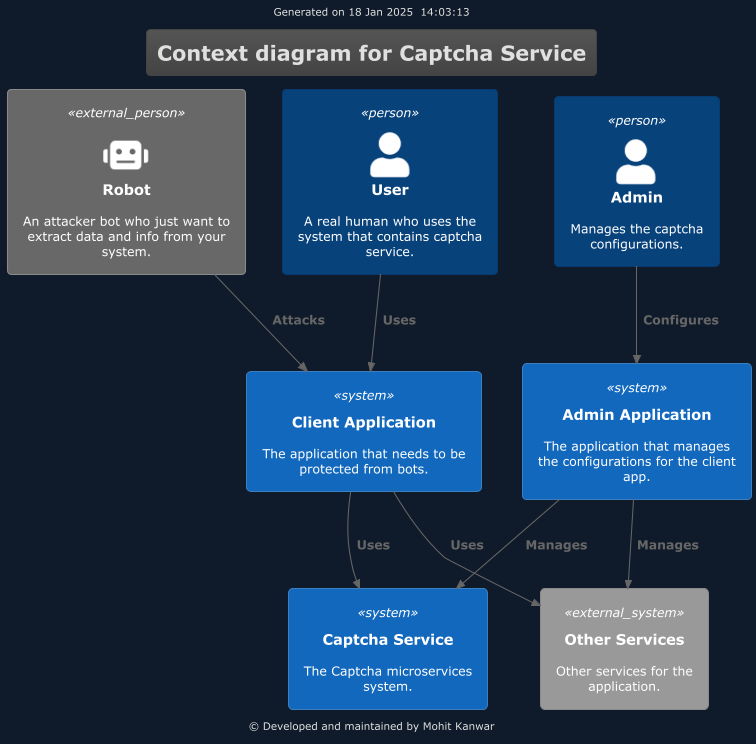
mohitkanwar/mohitkanwar.com keeps this PlantUML diagram as static/images/solutions/self-hosted-captcha/c4/1.context-diagram-Context_diagram_for_Captcha_Service-dark.png. Above is the earlier version. The source it was exported from:
```plantuml
@startuml
!$PUML_MODE = "dark"
!theme personal-light from /Users/mohitk/projects/solutions/personal/0.branding/
!include https://raw.githubusercontent.com/plantuml-stdlib/C4-PlantUML/master/C4_Context.puml

header Generated on 18 Jan 2025  14:03:13
footer © Developed and maintained by Mohit Kanwar
title Context diagram for Captcha Service


Person(admin, "Admin", "Manages the captcha configurations.")
Person(user, "User", "A real human who uses the system that contains captcha service.")
Person_Ext(bot, "Robot", "An attacker bot who just want to extract data and info from your system.", $sprite="robot")

System(clientApp, "Client Application", "The application that needs to be protected from bots.")
System(adminApp, "Admin Application", "The application that manages the configurations for the client app.")
System(captchaService, "Captcha Service", "The Captcha microservices system.")
System_Ext(otherServices, "Other Services", "Other services for the application.")

Rel(admin, adminApp, "Configures")
Rel(user, clientApp, "Uses")
Rel(bot, clientApp, "Attacks")
Rel(adminApp, captchaService, "Manages")
Rel(adminApp, otherServices, "Manages")
Rel(clientApp, captchaService, "Uses")
Rel(clientApp, otherServices, "Uses")

@enduml
```
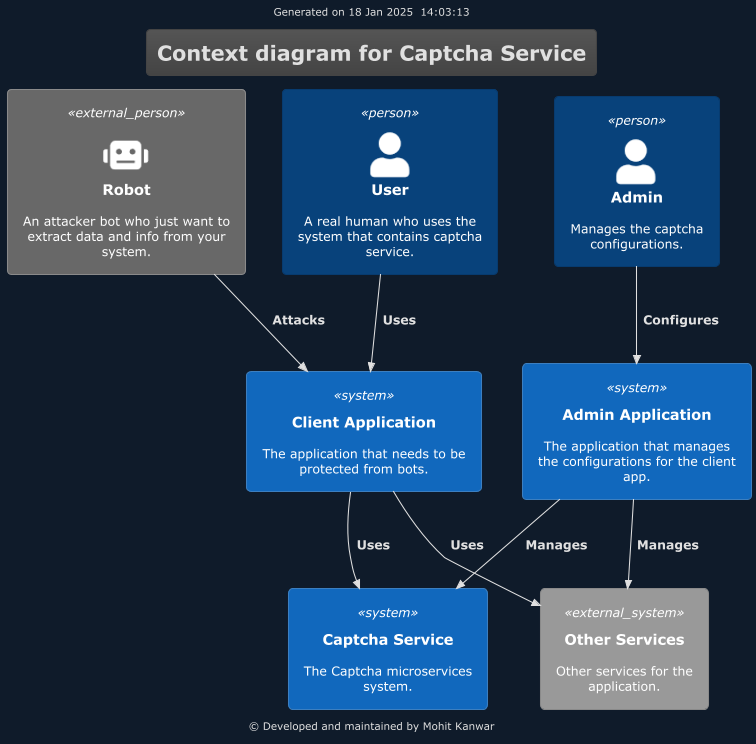
The same file after the commit.

What changed in the source:
```diff
@@ -1,7 +1,6 @@
 @startuml
-!$PUML_MODE = "dark"
-!theme personal-light from /Users/mohitk/projects/solutions/personal/0.branding/
 !include https://raw.githubusercontent.com/plantuml-stdlib/C4-PlantUML/master/C4_Context.puml
+!theme personal from /Users/mohitk/projects/solutions/personal/0.branding/
 
 header Generated on 18 Jan 2025  14:03:13
 footer © Developed and maintained by Mohit Kanwar
```
